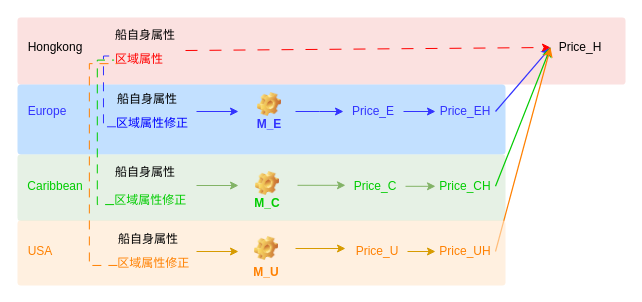
Earlier version of the draw.io diagram 99_resources/11_img/model_3.drawio (dataml-cn/playground). Source tidied: cells renumbered, new cells numbered last; positions are measured from the earlier drawing's top-left corner, leaving out a move shared by most shapes. Both pictures are drawn from the tidied source at 100%, with x=0, y=0 at pixel (2, 17).
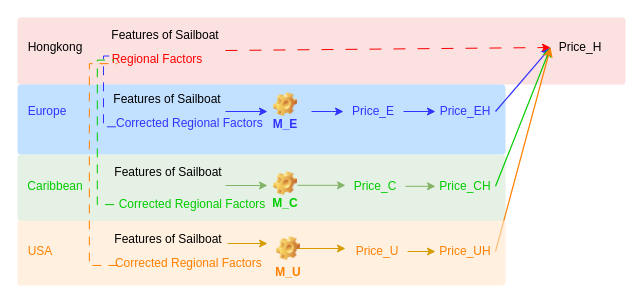
After the change.

The change refers to these unchanged cells:
```xml
<mxCell id="5" style="group;" parent="1" vertex="1">
  <mxGeometry x="103" y="3" width="312.3" height="206.1" as="geometry" />
</mxCell>
<mxCell id="12" style="group;" parent="1" vertex="1">
  <mxGeometry x="23" y="137" width="550" height="70" as="geometry" />
</mxCell>
```

What changed in the source:
```diff
@@
-    <mxCell id="6" value="船自身属性" style="text;html=1;strokeColor=none;fillColor=none;align=center;verticalAlign=middle;whiteSpace=wrap;rounded=0;" parent="5" vertex="1">
-      <mxGeometry width="80" height="30" as="geometry" />
+    <mxCell id="6" value="Features of&amp;nbsp;Sailboat&lt;span lang=&quot;EN-US&quot;&gt;&lt;/span&gt;" style="text;html=1;strokeColor=none;fillColor=none;align=center;verticalAlign=middle;whiteSpace=wrap;rounded=0;" parent="5" vertex="1">
+      <mxGeometry width="120" height="30" as="geometry" />
     </mxCell>
-    <mxCell id="7" value="&lt;font color=&quot;#ff0000&quot;&gt;区域属性&lt;/font&gt;" style="text;html=1;strokeColor=none;fillColor=none;align=center;verticalAlign=middle;whiteSpace=wrap;rounded=0;" parent="5" vertex="1">
-      <mxGeometry x="4" y="24" width="60" height="30" as="geometry" />
+    <mxCell id="7" value="&lt;font color=&quot;#ff0000&quot;&gt;Regional Factors&lt;/font&gt;" style="text;html=1;strokeColor=none;fillColor=none;align=center;verticalAlign=middle;whiteSpace=wrap;rounded=0;" parent="5" vertex="1">
+      <mxGeometry x="4" y="24" width="96" height="30" as="geometry" />
     </mxCell>
     <mxCell id="8" style="group;" parent="1" vertex="1">
-      <mxGeometry x="105" y="67" width="110" height="54" as="geometry" />
+      <mxGeometry x="105" y="67" width="170" height="54" as="geometry" />
     </mxCell>
-    <mxCell id="9" value="船自身属性" style="text;html=1;strokeColor=none;fillColor=none;align=center;verticalAlign=middle;whiteSpace=wrap;rounded=0;" parent="8" vertex="1">
-      <mxGeometry width="80" height="30" as="geometry" />
+    <mxCell id="9" value="Features of&amp;nbsp;Sailboat" style="text;html=1;strokeColor=none;fillColor=none;align=center;verticalAlign=middle;whiteSpace=wrap;rounded=0;" parent="8" vertex="1">
+      <mxGeometry width="120" height="30" as="geometry" />
     </mxCell>
-    <mxCell id="10" value="&lt;font color=&quot;#0000ff&quot;&gt;区域属性修正&lt;/font&gt;" style="text;html=1;strokeColor=none;fillColor=none;align=left;verticalAlign=middle;whiteSpace=wrap;rounded=0;" parent="8" vertex="1">
-      <mxGeometry x="7" y="24" width="106" height="30" as="geometry" />
+    <mxCell id="10" value="&lt;font color=&quot;#3333ff&quot;&gt;Corrected Regional Factors&lt;/font&gt;" style="text;html=1;strokeColor=none;fillColor=none;align=left;verticalAlign=middle;whiteSpace=wrap;rounded=0;" parent="8" vertex="1">
+      <mxGeometry x="7" y="24" width="163" height="30" as="geometry" />
     </mxCell>
@@
     <mxCell id="14" style="group;" parent="12" vertex="1">
-      <mxGeometry x="80" width="90" height="63" as="geometry" />
+      <mxGeometry x="80" width="170" height="67" as="geometry" />
     </mxCell>
-    <mxCell id="15" value="船自身属性" style="text;html=1;strokeColor=none;fillColor=none;align=center;verticalAlign=middle;whiteSpace=wrap;rounded=0;" parent="14" vertex="1">
-      <mxGeometry width="80" height="35" as="geometry" />
+    <mxCell id="15" value="Features of&amp;nbsp;Sailboat" style="text;html=1;strokeColor=none;fillColor=none;align=center;verticalAlign=middle;whiteSpace=wrap;rounded=0;" parent="14" vertex="1">
+      <mxGeometry x="8" width="110" height="35" as="geometry" />
     </mxCell>
-    <mxCell id="16" value="&lt;font color=&quot;#00cc00&quot;&gt;区域属性修正&amp;nbsp;&lt;/font&gt;" style="text;html=1;strokeColor=none;fillColor=none;align=center;verticalAlign=middle;whiteSpace=wrap;rounded=0;" parent="14" vertex="1">
-      <mxGeometry x="4" y="28" width="86" height="35" as="geometry" />
+    <mxCell id="16" value="&lt;font color=&quot;#00cc00&quot;&gt;Corrected Regional Factors&lt;br&gt;&lt;/font&gt;" style="text;html=1;strokeColor=none;fillColor=none;align=center;verticalAlign=middle;whiteSpace=wrap;rounded=0;" parent="14" vertex="1">
+      <mxGeometry x="4" y="32" width="166" height="35" as="geometry" />
     </mxCell>
@@
     <mxCell id="18" value="&lt;font color=&quot;#00cc00&quot;&gt;M_C&lt;/font&gt;" style="label;whiteSpace=wrap;html=1;align=center;verticalAlign=bottom;spacingLeft=0;spacingBottom=4;imageAlign=center;imageVerticalAlign=top;image=img/clipart/Gear_128x128.png;strokeColor=none;imageWidth=24;imageHeight=24;fillColor=none;" parent="12" vertex="1">
-      <mxGeometry x="212" y="10" width="60" height="51.8" as="geometry" />
+      <mxGeometry x="230" y="10" width="60" height="51.8" as="geometry" />
     </mxCell>
@@
     <mxCell id="27" value="&lt;font color=&quot;#3333ff&quot;&gt;M_E&lt;/font&gt;" style="label;whiteSpace=wrap;html=1;align=center;verticalAlign=bottom;spacingLeft=0;spacingBottom=4;imageAlign=center;imageVerticalAlign=top;image=img/clipart/Gear_128x128.png;strokeColor=none;imageWidth=24;imageHeight=24;fillColor=none;" parent="1" vertex="1">
-      <mxGeometry x="241" y="68" width="52" height="52" as="geometry" />
+      <mxGeometry x="257" y="68" width="52" height="52" as="geometry" />
     </mxCell>
     <mxCell id="28" style="endArrow=classic;html=1;rounded=0;entryX=0;entryY=0.5;entryDx=0;entryDy=0;fillColor=#dae8fc;strokeColor=#3333FF;" parent="1" edge="1">
       <mxGeometry relative="1" as="geometry">
-        <mxPoint x="194" y="94" as="sourcePoint" />
-        <mxPoint x="236" y="94" as="targetPoint" />
+        <mxPoint x="223" y="94" as="sourcePoint" />
+        <mxPoint x="265" y="94" as="targetPoint" />
       </mxGeometry>
     </mxCell>
     <mxCell id="29" style="endArrow=classic;html=1;rounded=0;entryX=0;entryY=0.5;entryDx=0;entryDy=0;fillColor=#d5e8d4;strokeColor=#82b366;" parent="1" edge="1">
       <mxGeometry relative="1" as="geometry">
-        <mxPoint x="194" y="168" as="sourcePoint" />
-        <mxPoint x="236" y="168" as="targetPoint" />
+        <mxPoint x="223" y="168" as="sourcePoint" />
+        <mxPoint x="265" y="168" as="targetPoint" />
       </mxGeometry>
     </mxCell>
@@
     <mxCell id="50" style="group;" parent="1" vertex="1">
-      <mxGeometry x="106" y="207" width="90" height="54" as="geometry" />
+      <mxGeometry x="106" y="207" width="160" height="54" as="geometry" />
     </mxCell>
-    <mxCell id="51" value="船自身属性" style="text;html=1;strokeColor=none;fillColor=none;align=center;verticalAlign=middle;whiteSpace=wrap;rounded=0;" parent="50" vertex="1">
-      <mxGeometry width="80" height="30" as="geometry" />
+    <mxCell id="51" value="Features of Sailboat" style="text;html=1;strokeColor=none;fillColor=none;align=center;verticalAlign=middle;whiteSpace=wrap;rounded=0;" parent="50" vertex="1">
+      <mxGeometry width="120" height="30" as="geometry" />
     </mxCell>
-    <mxCell id="52" value="&lt;font color=&quot;#ff8000&quot;&gt;区域属性修正&amp;nbsp;&lt;/font&gt;" style="text;html=1;strokeColor=none;fillColor=none;align=center;verticalAlign=middle;whiteSpace=wrap;rounded=0;" parent="50" vertex="1">
-      <mxGeometry x="4" y="24" width="86" height="30" as="geometry" />
+    <mxCell id="52" value="&lt;font color=&quot;#ff8000&quot;&gt;Corrected Regional Factors&amp;nbsp;&lt;/font&gt;" style="text;html=1;strokeColor=none;fillColor=none;align=center;verticalAlign=middle;whiteSpace=wrap;rounded=0;" parent="50" vertex="1">
+      <mxGeometry x="4" y="24" width="156" height="30" as="geometry" />
     </mxCell>
-    <mxCell id="53" style="endArrow=classic;html=1;rounded=0;entryX=0;entryY=0.5;entryDx=0;entryDy=0;fillColor=#ffe6cc;strokeColor=#d79b00;" parent="1" edge="1">
+    <mxCell id="53" style="endArrow=classic;html=1;rounded=0;fillColor=#ffe6cc;strokeColor=#d79b00;" parent="1" edge="1">
       <mxGeometry relative="1" as="geometry">
-        <mxPoint x="194" y="234" as="sourcePoint" />
-        <mxPoint x="236" y="234" as="targetPoint" />
+        <mxPoint x="225" y="226" as="sourcePoint" />
+        <mxPoint x="265" y="226" as="targetPoint" />
       </mxGeometry>
     </mxCell>
@@
     <mxCell id="56" value="&lt;font color=&quot;#ff8000&quot;&gt;M_U&lt;/font&gt;" style="label;whiteSpace=wrap;html=1;align=center;verticalAlign=bottom;spacingLeft=0;spacingBottom=4;imageAlign=center;imageVerticalAlign=top;image=img/clipart/Gear_128x128.png;strokeColor=none;imageWidth=24;imageHeight=24;fillColor=none;" parent="1" vertex="1">
-      <mxGeometry x="234" y="212" width="60" height="56" as="geometry" />
+      <mxGeometry x="256" y="212" width="60" height="56" as="geometry" />
     </mxCell>
```
